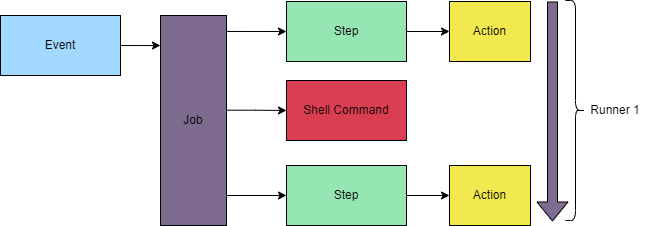
Before: slides/img/event-job.drawio.png, a diagram exported from draw.io (codebytes/github-actions-demos). Source tidied: cells renumbered, new cells last; positions are measured from the earlier drawing's top-left corner, leaving out a move shared by most shapes.
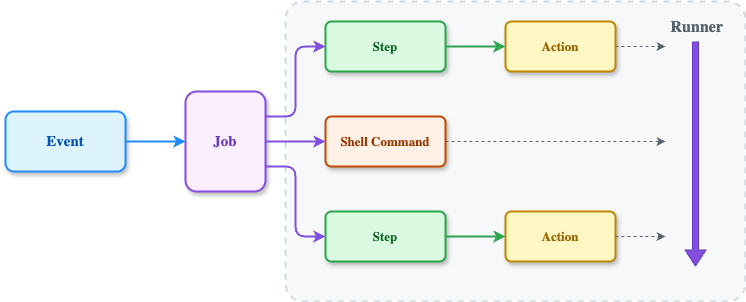
Above is the later version.

The edit, as a diff of the source:
```diff
@@ -2,62 +2,71 @@
   <root>
     <mxCell id="0" />
     <mxCell id="1" parent="0" />
+    <mxCell id="18" style="rounded=1;whiteSpace=wrap;html=1;fillColor=#f6f8fa;strokeColor=#d1d9e0;strokeWidth=2;arcSize=6;dashed=1;" parent="1" vertex="1">
+      <mxGeometry x="190" y="-50" width="460" height="300" as="geometry" />
+    </mxCell>
+    <mxCell id="19" value="&lt;b&gt;Runner&lt;/b&gt;" style="text;html=1;strokeColor=none;fillColor=none;align=right;verticalAlign=top;whiteSpace=wrap;rounded=0;fontSize=16;fontColor=#59636e;fontFamily=Segoe UI;" parent="1" vertex="1">
+      <mxGeometry x="540" y="-40" width="90" height="30" as="geometry" />
+    </mxCell>
-    <mxCell id="2" value="Event" style="rounded=0;whiteSpace=wrap;html=1;fillColor=#A3D9FF;fontColor=#000000;strokeColor=#000000;labelBackgroundColor=none;" parent="1" vertex="1">
-      <mxGeometry y="15" width="120" height="60" as="geometry" />
+    <mxCell id="2" value="&lt;b&gt;Event&lt;/b&gt;" style="rounded=1;whiteSpace=wrap;html=1;fillColor=#ddf4ff;strokeColor=#218bff;strokeWidth=2;arcSize=14;fontSize=15;fontColor=#0550ae;fontFamily=Segoe UI;shadow=1;" parent="1" vertex="1">
+      <mxGeometry x="-90" y="60" width="120" height="60" as="geometry" />
     </mxCell>
-    <mxCell id="3" style="edgeStyle=orthogonalEdgeStyle;rounded=0;jettySize=auto;html=1;exitX=0.967;exitY=0.076;exitDx=0;exitDy=0;exitPerimeter=0;entryX=0;entryY=0.5;entryDx=0;entryDy=0;" parent="1" edge="1" target="6">
-      <mxGeometry relative="1" as="geometry">
-        <mxPoint x="222" y="31" as="sourcePoint" />
-      </mxGeometry>
-    </mxCell>
-    <mxCell id="4" style="edgeStyle=orthogonalEdgeStyle;rounded=0;jettySize=auto;html=1;exitX=0.983;exitY=0.451;exitDx=0;exitDy=0;exitPerimeter=0;" parent="1" edge="1" target="8">
-      <mxGeometry relative="1" as="geometry">
-        <mxPoint x="224" y="109.7" as="sourcePoint" />
-      </mxGeometry>
-    </mxCell>
-    <mxCell id="5" style="edgeStyle=orthogonalEdgeStyle;rounded=0;jettySize=auto;html=1;" parent="1" edge="1" source="6" target="7">
-      <mxGeometry relative="1" as="geometry" />
-    </mxCell>
-    <mxCell id="6" value="Step" style="whiteSpace=wrap;html=1;rounded=0;fontColor=#000000;fillColor=#96E6B3;strokeColor=#000000;" parent="1" vertex="1">
-      <mxGeometry x="286" y="1" width="120" height="60" as="geometry" />
-    </mxCell>
-    <mxCell id="7" value="Action" style="whiteSpace=wrap;html=1;rounded=0;fontColor=#000000;fillColor=#F2E94E;strokeColor=#000000;" parent="1" vertex="1">
-      <mxGeometry x="449" y="1" width="81" height="60" as="geometry" />
-    </mxCell>
+    <mxCell id="16" value="&lt;b&gt;Job&lt;/b&gt;" style="rounded=1;whiteSpace=wrap;html=1;fillColor=#fbefff;strokeColor=#8250df;strokeWidth=2;arcSize=14;fontSize=15;fontColor=#6639ba;fontFamily=Segoe UI;shadow=1;" parent="1" vertex="1">
+      <mxGeometry x="90" y="40" width="80" height="100" as="geometry" />
+    </mxCell>
+    <mxCell id="20" value="&lt;b&gt;Step&lt;/b&gt;" style="rounded=1;whiteSpace=wrap;html=1;fillColor=#dafbe1;strokeColor=#2da44e;strokeWidth=2;arcSize=12;fontSize=13;fontColor=#116329;fontFamily=Segoe UI;shadow=1;" parent="1" vertex="1">
+      <mxGeometry x="230" y="-30" width="120" height="50" as="geometry" />
+    </mxCell>
-    <mxCell id="8" value="Shell Command" style="whiteSpace=wrap;html=1;rounded=0;fillColor=#DA3E52;strokeColor=#000000;fontColor=#000000;" parent="1" vertex="1">
-      <mxGeometry x="286" y="80" width="120" height="60" as="geometry" />
+    <mxCell id="8" value="&lt;b&gt;Shell Command&lt;/b&gt;" style="rounded=1;whiteSpace=wrap;html=1;fillColor=#fff1e5;strokeColor=#bc4c00;strokeWidth=2;arcSize=12;fontSize=13;fontColor=#953800;fontFamily=Segoe UI;shadow=1;" parent="1" vertex="1">
+      <mxGeometry x="230" y="65" width="120" height="50" as="geometry" />
     </mxCell>
-    <mxCell id="9" style="edgeStyle=orthogonalEdgeStyle;rounded=0;jettySize=auto;html=1;" parent="1" edge="1" source="10" target="11">
-      <mxGeometry relative="1" as="geometry" />
-    </mxCell>
-    <mxCell id="10" value="Step" style="whiteSpace=wrap;html=1;rounded=0;fontColor=#000000;fillColor=#96E6B3;strokeColor=#000000;" parent="1" vertex="1">
-      <mxGeometry x="286" y="165" width="120" height="60" as="geometry" />
-    </mxCell>
-    <mxCell id="11" value="Action" style="whiteSpace=wrap;html=1;rounded=0;fontColor=#000000;fillColor=#F2E94E;strokeColor=#000000;" parent="1" vertex="1">
-      <mxGeometry x="449" y="165" width="81" height="60" as="geometry" />
-    </mxCell>
-    <mxCell id="12" style="edgeStyle=orthogonalEdgeStyle;rounded=0;jettySize=auto;html=1;entryX=0;entryY=0.5;entryDx=0;entryDy=0;" parent="1" edge="1" target="10">
-      <mxGeometry relative="1" as="geometry">
-        <mxPoint x="226" y="195" as="sourcePoint" />
-      </mxGeometry>
-    </mxCell>
+    <mxCell id="21" value="&lt;b&gt;Step&lt;/b&gt;" style="rounded=1;whiteSpace=wrap;html=1;fillColor=#dafbe1;strokeColor=#2da44e;strokeWidth=2;arcSize=12;fontSize=13;fontColor=#116329;fontFamily=Segoe UI;shadow=1;" parent="1" vertex="1">
+      <mxGeometry x="230" y="160" width="120" height="50" as="geometry" />
+    </mxCell>
+    <mxCell id="22" value="&lt;b&gt;Action&lt;/b&gt;" style="rounded=1;whiteSpace=wrap;html=1;fillColor=#fff8c5;strokeColor=#bf8700;strokeWidth=2;arcSize=12;fontSize=13;fontColor=#9a6700;fontFamily=Segoe UI;shadow=1;" parent="1" vertex="1">
+      <mxGeometry x="410" y="-30" width="110" height="50" as="geometry" />
+    </mxCell>
+    <mxCell id="23" value="&lt;b&gt;Action&lt;/b&gt;" style="rounded=1;whiteSpace=wrap;html=1;fillColor=#fff8c5;strokeColor=#bf8700;strokeWidth=2;arcSize=12;fontSize=13;fontColor=#9a6700;fontFamily=Segoe UI;shadow=1;" parent="1" vertex="1">
+      <mxGeometry x="410" y="160" width="110" height="50" as="geometry" />
+    </mxCell>
+    <mxCell id="24" style="shape=flexArrow;endArrow=classic;html=1;fillColor=#8250df;strokeColor=#6639ba;endWidth=14;endSize=5;width=6;" parent="1" edge="1">
+      <mxGeometry relative="1" as="geometry">
+        <mxPoint x="600" y="-10" as="sourcePoint" />
+        <mxPoint x="600" y="215" as="targetPoint" />
+      </mxGeometry>
+    </mxCell>
-    <mxCell id="13" style="edgeStyle=orthogonalEdgeStyle;rounded=0;jettySize=auto;html=1;exitX=1;exitY=0.5;exitDx=0;exitDy=0;entryX=0;entryY=0.143;entryDx=0;entryDy=0;entryPerimeter=0;" parent="1" edge="1" source="2" target="16">
+    <mxCell id="13" style="edgeStyle=orthogonalEdgeStyle;rounded=1;jettySize=auto;html=1;strokeColor=#218bff;strokeWidth=2;exitX=1;exitY=0.5;exitDx=0;exitDy=0;entryX=0;entryY=0.5;entryDx=0;entryDy=0;" parent="1" edge="1" source="2" target="16">
       <mxGeometry relative="1" as="geometry" />
     </mxCell>
-    <mxCell id="14" style="shape=curlyBracket;whiteSpace=wrap;html=1;rounded=1;flipH=1;labelPosition=right;verticalLabelPosition=middle;align=left;verticalAlign=middle;" parent="1" vertex="1">
-      <mxGeometry x="565" width="20" height="220" as="geometry" />
-    </mxCell>
-    <mxCell id="15" style="shape=flexArrow;endArrow=classic;html=1;fillColor=#7E6B8F;" parent="1" edge="1">
-      <mxGeometry relative="1" as="geometry">
-        <mxPoint x="552" y="1" as="sourcePoint" />
-        <mxPoint x="552" y="221" as="targetPoint" />
-      </mxGeometry>
-    </mxCell>
-    <mxCell id="16" value="Job" style="rounded=0;whiteSpace=wrap;html=1;fillColor=#7E6B8F;fontColor=#000000;strokeColor=#000000;" parent="1" vertex="1">
-      <mxGeometry x="160" y="15" width="66" height="210" as="geometry" />
-    </mxCell>
-    <mxCell id="17" value="Runner 1" style="text;html=1;strokeColor=none;fillColor=none;align=center;verticalAlign=middle;whiteSpace=wrap;rounded=0;" parent="1" vertex="1">
-      <mxGeometry x="585" y="95" width="60" height="30" as="geometry" />
-    </mxCell>
+    <mxCell id="25" style="edgeStyle=orthogonalEdgeStyle;rounded=1;jettySize=auto;html=1;strokeColor=#8250df;strokeWidth=2;exitX=1;exitY=0.25;exitDx=0;exitDy=0;entryX=0;entryY=0.5;entryDx=0;entryDy=0;" parent="1" edge="1" source="16" target="20">
+      <mxGeometry relative="1" as="geometry" />
+    </mxCell>
+    <mxCell id="26" style="edgeStyle=orthogonalEdgeStyle;rounded=1;jettySize=auto;html=1;strokeColor=#8250df;strokeWidth=2;exitX=1;exitY=0.5;exitDx=0;exitDy=0;entryX=0;entryY=0.5;entryDx=0;entryDy=0;" parent="1" edge="1" source="16" target="8">
+      <mxGeometry relative="1" as="geometry" />
+    </mxCell>
+    <mxCell id="27" style="edgeStyle=orthogonalEdgeStyle;rounded=1;jettySize=auto;html=1;strokeColor=#8250df;strokeWidth=2;exitX=1;exitY=0.75;exitDx=0;exitDy=0;entryX=0;entryY=0.5;entryDx=0;entryDy=0;" parent="1" edge="1" source="16" target="21">
+      <mxGeometry relative="1" as="geometry" />
+    </mxCell>
+    <mxCell id="28" style="edgeStyle=orthogonalEdgeStyle;rounded=1;jettySize=auto;html=1;strokeColor=#2da44e;strokeWidth=2;exitX=1;exitY=0.5;exitDx=0;exitDy=0;entryX=0;entryY=0.5;entryDx=0;entryDy=0;" parent="1" edge="1" source="20" target="22">
+      <mxGeometry relative="1" as="geometry" />
+    </mxCell>
+    <mxCell id="29" style="edgeStyle=orthogonalEdgeStyle;rounded=1;jettySize=auto;html=1;strokeColor=#2da44e;strokeWidth=2;exitX=1;exitY=0.5;exitDx=0;exitDy=0;entryX=0;entryY=0.5;entryDx=0;entryDy=0;" parent="1" edge="1" source="21" target="23">
+      <mxGeometry relative="1" as="geometry" />
+    </mxCell>
+    <mxCell id="30" style="edgeStyle=orthogonalEdgeStyle;rounded=1;jettySize=auto;html=1;strokeColor=#59636e;strokeWidth=1;dashed=1;exitX=1;exitY=0.5;exitDx=0;exitDy=0;" parent="1" edge="1" source="22">
+      <mxGeometry relative="1" as="geometry">
+        <mxPoint x="570" y="-5" as="targetPoint" />
+      </mxGeometry>
+    </mxCell>
+    <mxCell id="31" style="edgeStyle=orthogonalEdgeStyle;rounded=1;jettySize=auto;html=1;strokeColor=#59636e;strokeWidth=1;dashed=1;exitX=1;exitY=0.5;exitDx=0;exitDy=0;" parent="1" edge="1" source="8">
+      <mxGeometry relative="1" as="geometry">
+        <mxPoint x="570" y="90" as="targetPoint" />
+      </mxGeometry>
+    </mxCell>
+    <mxCell id="32" style="edgeStyle=orthogonalEdgeStyle;rounded=1;jettySize=auto;html=1;strokeColor=#59636e;strokeWidth=1;dashed=1;exitX=1;exitY=0.5;exitDx=0;exitDy=0;" parent="1" edge="1" source="23">
+      <mxGeometry relative="1" as="geometry">
+        <mxPoint x="570" y="185" as="targetPoint" />
+      </mxGeometry>
+    </mxCell>
   </root>
 </mxGraphModel>
```
